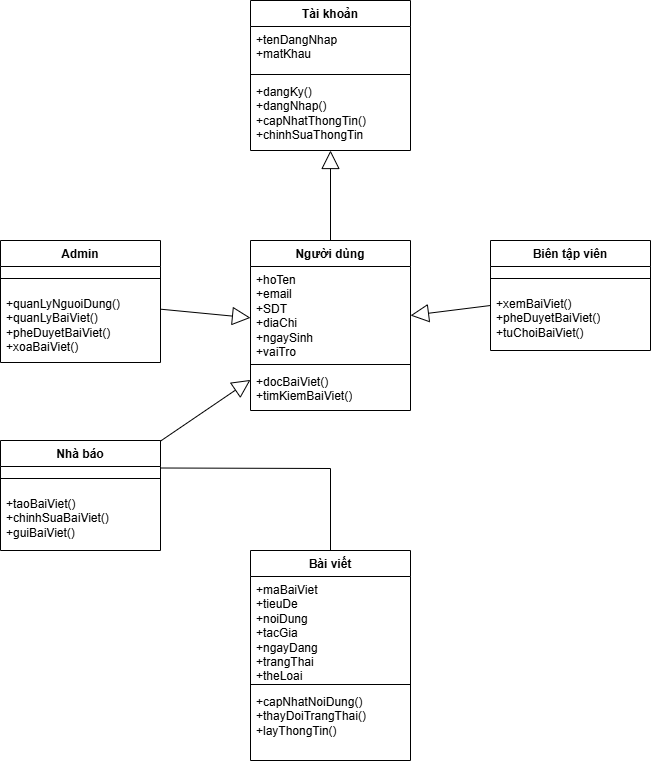
Before: BieuDoLop.drawio.png, a diagram exported from draw.io (Thaiduonng/PTTKHT). Source tidied: cells renumbered, new cells last; positions are measured from the earlier drawing's top-left corner, leaving out a move shared by most shapes.
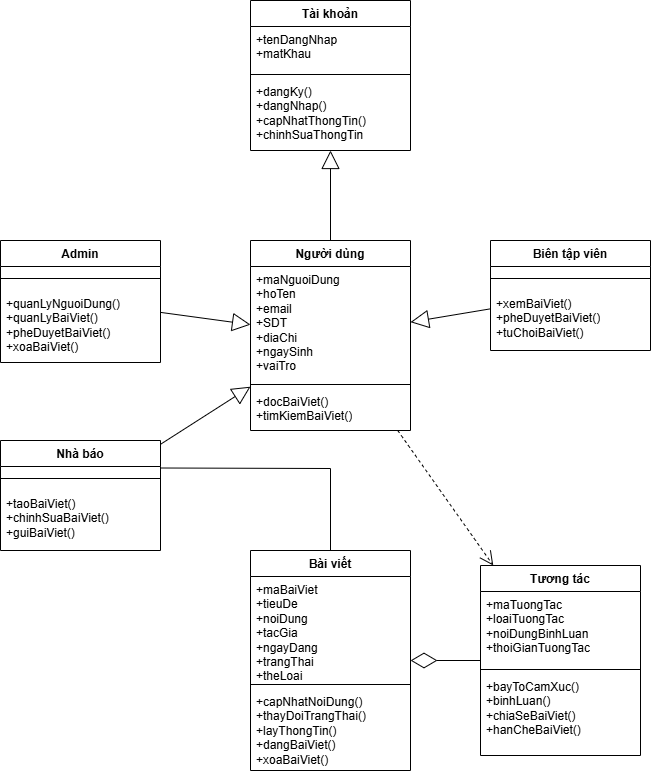
The same diagram one commit later.

Diff of the diagram source:
```diff
@@ -12,16 +12,16 @@
       <mxGeometry y="50" width="160" height="72" as="geometry" />
     </mxCell>
     <mxCell id="5" value="Người dùng" style="swimlane;fontStyle=1;align=center;verticalAlign=top;horizontal=1;startSize=26;whiteSpace=wrap;html=1;" parent="1" vertex="1">
-      <mxGeometry x="250" y="240" width="160" height="170" as="geometry" />
+      <mxGeometry x="250" y="240" width="160" height="190" as="geometry" />
     </mxCell>
-    <mxCell id="6" value="+hoTen&lt;div&gt;+email&lt;/div&gt;&lt;div&gt;+SDT&lt;/div&gt;&lt;div&gt;+diaChi&lt;/div&gt;&lt;div&gt;+ngaySinh&lt;/div&gt;&lt;div&gt;+vaiTro&lt;/div&gt;" style="text;strokeColor=none;fillColor=none;align=left;verticalAlign=top;spacingLeft=4;spacingRight=4;overflow=hidden;whiteSpace=wrap;html=1;" parent="5" vertex="1">
-      <mxGeometry y="26" width="160" height="94" as="geometry" />
+    <mxCell id="6" value="&lt;div&gt;+maNguoiDung&lt;/div&gt;+hoTen&lt;div&gt;+email&lt;/div&gt;&lt;div&gt;+SDT&lt;/div&gt;&lt;div&gt;+diaChi&lt;/div&gt;&lt;div&gt;+ngaySinh&lt;/div&gt;&lt;div&gt;+vaiTro&lt;/div&gt;" style="text;strokeColor=none;fillColor=none;align=left;verticalAlign=top;spacingLeft=4;spacingRight=4;overflow=hidden;whiteSpace=wrap;html=1;" parent="5" vertex="1">
+      <mxGeometry y="26" width="160" height="114" as="geometry" />
     </mxCell>
     <mxCell id="7" style="line;strokeWidth=1;fillColor=none;align=left;verticalAlign=middle;spacingTop=-1;spacingLeft=3;spacingRight=3;labelPosition=right;strokeColor=inherit;" parent="5" vertex="1">
-      <mxGeometry y="120" width="160" height="8" as="geometry" />
+      <mxGeometry y="140" width="160" height="8" as="geometry" />
     </mxCell>
     <mxCell id="8" value="+docBaiViet()&lt;div&gt;+timKiemBaiViet()&lt;/div&gt;" style="text;strokeColor=none;fillColor=none;align=left;verticalAlign=top;spacingLeft=4;spacingRight=4;overflow=hidden;whiteSpace=wrap;html=1;" parent="5" vertex="1">
-      <mxGeometry y="128" width="160" height="42" as="geometry" />
+      <mxGeometry y="148" width="160" height="42" as="geometry" />
     </mxCell>
     <mxCell id="9" value="Nhà báo" style="swimlane;fontStyle=1;align=center;verticalAlign=top;horizontal=1;startSize=26;whiteSpace=wrap;html=1;" parent="1" vertex="1">
       <mxGeometry y="440" width="160" height="110" as="geometry" />
@@ -42,7 +42,7 @@
       <mxGeometry y="50" width="160" height="60" as="geometry" />
     </mxCell>
     <mxCell id="15" value="Bài viết" style="swimlane;fontStyle=1;align=center;verticalAlign=top;horizontal=1;startSize=26;whiteSpace=wrap;html=1;" parent="1" vertex="1">
-      <mxGeometry x="250" y="550" width="160" height="210" as="geometry" />
+      <mxGeometry x="250" y="550" width="160" height="220" as="geometry" />
     </mxCell>
     <mxCell id="16" value="+maBaiViet&lt;div&gt;+tieuDe&lt;/div&gt;&lt;div&gt;+noiDung&lt;/div&gt;&lt;div&gt;+tacGia&lt;/div&gt;&lt;div&gt;+ngayDang&lt;/div&gt;&lt;div&gt;+trangThai&lt;/div&gt;&lt;div&gt;+theLoai&lt;/div&gt;" style="text;strokeColor=none;fillColor=none;align=left;verticalAlign=top;spacingLeft=4;spacingRight=4;overflow=hidden;whiteSpace=wrap;html=1;" parent="15" vertex="1">
       <mxGeometry y="26" width="160" height="104" as="geometry" />
@@ -50,8 +50,8 @@
     <mxCell id="17" style="line;strokeWidth=1;fillColor=none;align=left;verticalAlign=middle;spacingTop=-1;spacingLeft=3;spacingRight=3;labelPosition=right;strokeColor=inherit;" parent="15" vertex="1">
       <mxGeometry y="130" width="160" height="8" as="geometry" />
     </mxCell>
-    <mxCell id="18" value="+capNhatNoiDung()&lt;div&gt;+thayDoiTrangThai()&lt;/div&gt;&lt;div&gt;+layThongTin()&lt;/div&gt;" style="text;strokeColor=none;fillColor=none;align=left;verticalAlign=top;spacingLeft=4;spacingRight=4;overflow=hidden;whiteSpace=wrap;html=1;" parent="15" vertex="1">
-      <mxGeometry y="138" width="160" height="72" as="geometry" />
+    <mxCell id="18" value="+capNhatNoiDung()&lt;div&gt;+thayDoiTrangThai()&lt;/div&gt;&lt;div&gt;+layThongTin()&lt;/div&gt;&lt;div&gt;+dangBaiViet()&lt;/div&gt;&lt;div&gt;+xoaBaiViet()&lt;/div&gt;" style="text;strokeColor=none;fillColor=none;align=left;verticalAlign=top;spacingLeft=4;spacingRight=4;overflow=hidden;whiteSpace=wrap;html=1;" parent="15" vertex="1">
+      <mxGeometry y="138" width="160" height="82" as="geometry" />
     </mxCell>
     <mxCell id="19" value="Tài khoản" style="swimlane;fontStyle=1;align=center;verticalAlign=top;horizontal=1;startSize=26;whiteSpace=wrap;html=1;" parent="1" vertex="1">
       <mxGeometry x="250" width="160" height="150" as="geometry" />
@@ -84,5 +84,23 @@
         </Array>
       </mxGeometry>
     </mxCell>
+    <mxCell id="28" value="Tương tác" style="swimlane;fontStyle=1;align=center;verticalAlign=top;horizontal=1;startSize=26;whiteSpace=wrap;html=1;" parent="1" vertex="1">
+      <mxGeometry x="480" y="565" width="160" height="190" as="geometry" />
+    </mxCell>
+    <mxCell id="29" value="+maTuongTac&lt;div&gt;+loaiTuongTac&lt;/div&gt;&lt;div&gt;+noiDungBinhLuan&lt;/div&gt;&lt;div&gt;+thoiGianTuongTac&lt;/div&gt;" style="text;strokeColor=none;fillColor=none;align=left;verticalAlign=top;spacingLeft=4;spacingRight=4;overflow=hidden;whiteSpace=wrap;html=1;" parent="28" vertex="1">
+      <mxGeometry y="26" width="160" height="74" as="geometry" />
+    </mxCell>
+    <mxCell id="30" style="line;strokeWidth=1;fillColor=none;align=left;verticalAlign=middle;spacingTop=-1;spacingLeft=3;spacingRight=3;labelPosition=right;strokeColor=inherit;" parent="28" vertex="1">
+      <mxGeometry y="100" width="160" height="8" as="geometry" />
+    </mxCell>
+    <mxCell id="31" value="+bayToCamXuc()&lt;div&gt;+binhLuan()&lt;/div&gt;&lt;div&gt;+chiaSeBaiViet()&lt;/div&gt;&lt;div&gt;+hanCheBaiViet()&lt;/div&gt;" style="text;strokeColor=none;fillColor=none;align=left;verticalAlign=top;spacingLeft=4;spacingRight=4;overflow=hidden;whiteSpace=wrap;html=1;" parent="28" vertex="1">
+      <mxGeometry y="108" width="160" height="82" as="geometry" />
+    </mxCell>
+    <mxCell id="32" style="endArrow=diamondThin;endFill=0;endSize=24;html=1;rounded=0;" parent="1" edge="1" source="28" target="15">
+      <mxGeometry relative="1" as="geometry" />
+    </mxCell>
+    <mxCell id="33" style="endArrow=open;endSize=12;dashed=1;html=1;rounded=0;" parent="1" edge="1" source="5" target="28">
+      <mxGeometry relative="1" as="geometry" />
+    </mxCell>
   </root>
 </mxGraphModel>
```
